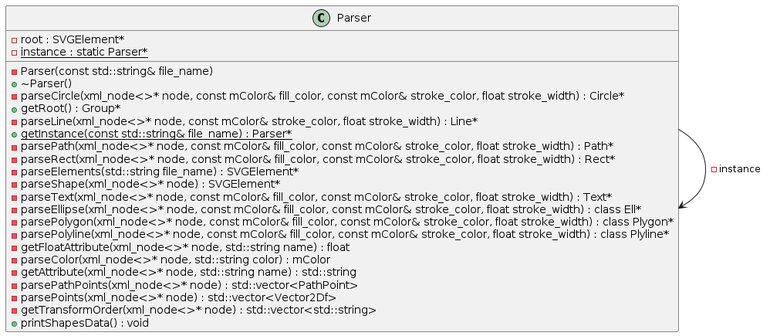
Before: diagrams/Parser.png, a diagram exported from PlantUML (ntkwan/csc10003-svg-reader).
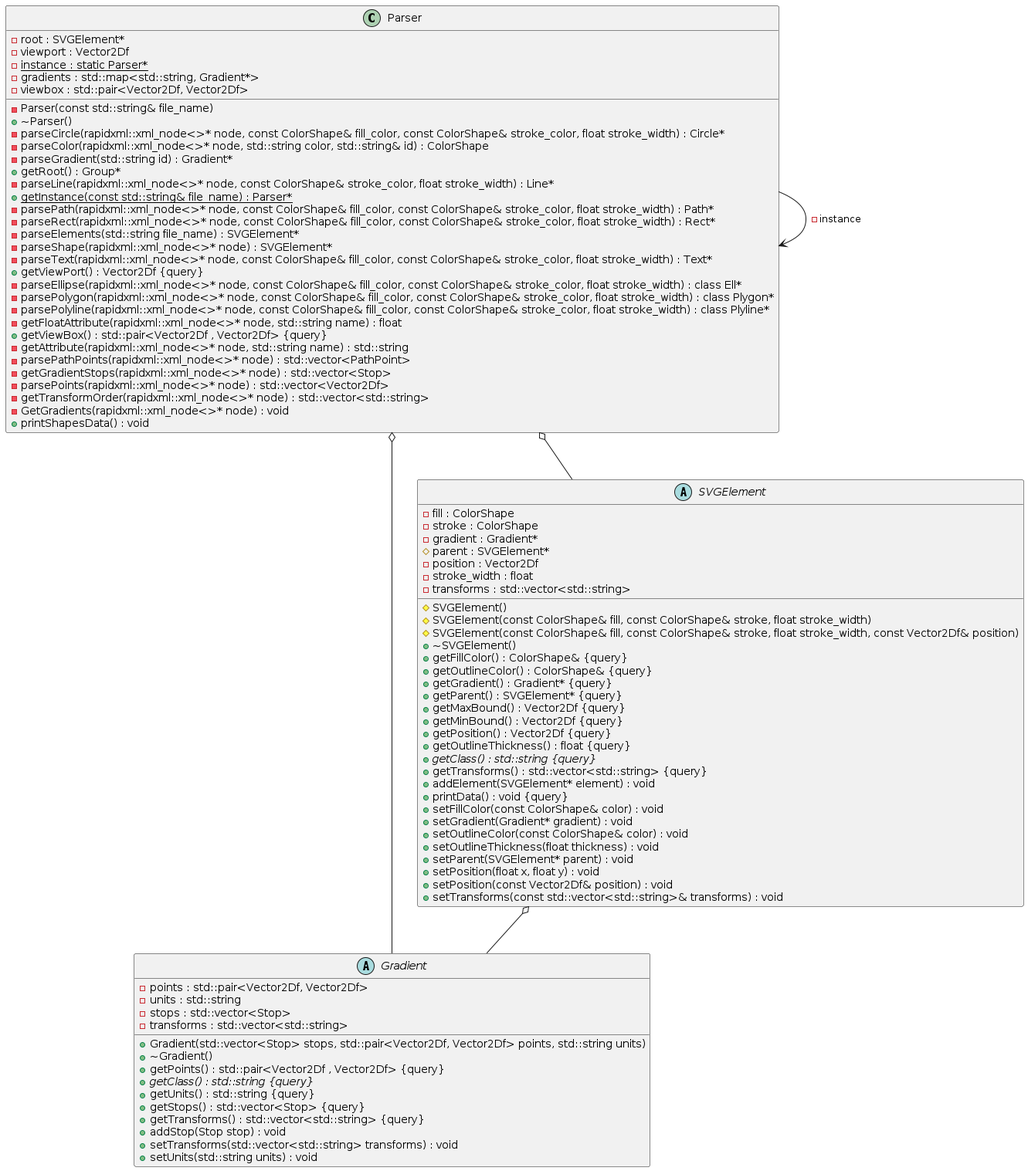
After the commit.

Change to the diagram source:
```diff
@@ -5,30 +5,91 @@
 
 
 
+abstract class Gradient {
+	+Gradient(std::vector<Stop> stops, std::pair<Vector2Df, Vector2Df> points, std::string units)
+	+~Gradient()
+	+getPoints() : std::pair<Vector2Df , Vector2Df> {query}
+	-points : std::pair<Vector2Df, Vector2Df>
+	+{abstract} getClass() : std::string {query}
+	+getUnits() : std::string {query}
+	-units : std::string
+	+getStops() : std::vector<Stop> {query}
+	-stops : std::vector<Stop>
+	+getTransforms() : std::vector<std::string> {query}
+	-transforms : std::vector<std::string>
+	+addStop(Stop stop) : void
+	+setTransforms(std::vector<std::string> transforms) : void
+	+setUnits(std::string units) : void
+}
+
+
 class Parser {
 	-Parser(const std::string& file_name)
 	+~Parser()
-	-parseCircle(xml_node<>* node, const mColor& fill_color, const mColor& stroke_color, float stroke_width) : Circle*
+	-parseCircle(rapidxml::xml_node<>* node, const ColorShape& fill_color, const ColorShape& stroke_color, float stroke_width) : Circle*
+	-parseColor(rapidxml::xml_node<>* node, std::string color, std::string& id) : ColorShape
+	-parseGradient(std::string id) : Gradient*
 	+getRoot() : Group*
-	-parseLine(xml_node<>* node, const mColor& stroke_color, float stroke_width) : Line*
+	-parseLine(rapidxml::xml_node<>* node, const ColorShape& stroke_color, float stroke_width) : Line*
 	+{static} getInstance(const std::string& file_name) : Parser*
-	-parsePath(xml_node<>* node, const mColor& fill_color, const mColor& stroke_color, float stroke_width) : Path*
-	-parseRect(xml_node<>* node, const mColor& fill_color, const mColor& stroke_color, float stroke_width) : Rect*
+	-parsePath(rapidxml::xml_node<>* node, const ColorShape& fill_color, const ColorShape& stroke_color, float stroke_width) : Path*
+	-parseRect(rapidxml::xml_node<>* node, const ColorShape& fill_color, const ColorShape& stroke_color, float stroke_width) : Rect*
 	-parseElements(std::string file_name) : SVGElement*
-	-parseShape(xml_node<>* node) : SVGElement*
+	-parseShape(rapidxml::xml_node<>* node) : SVGElement*
 	-root : SVGElement*
-	-parseText(xml_node<>* node, const mColor& fill_color, const mColor& stroke_color, float stroke_width) : Text*
-	-parseEllipse(xml_node<>* node, const mColor& fill_color, const mColor& stroke_color, float stroke_width) : class Ell*
-	-parsePolygon(xml_node<>* node, const mColor& fill_color, const mColor& stroke_color, float stroke_width) : class Plygon*
-	-parsePolyline(xml_node<>* node, const mColor& fill_color, const mColor& stroke_color, float stroke_width) : class Plyline*
-	-getFloatAttribute(xml_node<>* node, std::string name) : float
-	-parseColor(xml_node<>* node, std::string color) : mColor
+	-parseText(rapidxml::xml_node<>* node, const ColorShape& fill_color, const ColorShape& stroke_color, float stroke_width) : Text*
+	+getViewPort() : Vector2Df {query}
+	-viewport : Vector2Df
+	-parseEllipse(rapidxml::xml_node<>* node, const ColorShape& fill_color, const ColorShape& stroke_color, float stroke_width) : class Ell*
+	-parsePolygon(rapidxml::xml_node<>* node, const ColorShape& fill_color, const ColorShape& stroke_color, float stroke_width) : class Plygon*
+	-parsePolyline(rapidxml::xml_node<>* node, const ColorShape& fill_color, const ColorShape& stroke_color, float stroke_width) : class Plyline*
+	-getFloatAttribute(rapidxml::xml_node<>* node, std::string name) : float
 	-{static} instance : static Parser*
-	-getAttribute(xml_node<>* node, std::string name) : std::string
-	-parsePathPoints(xml_node<>* node) : std::vector<PathPoint>
-	-parsePoints(xml_node<>* node) : std::vector<Vector2Df>
-	-getTransformOrder(xml_node<>* node) : std::vector<std::string>
+	-gradients : std::map<std::string, Gradient*>
+	+getViewBox() : std::pair<Vector2Df , Vector2Df> {query}
+	-viewbox : std::pair<Vector2Df, Vector2Df>
+	-getAttribute(rapidxml::xml_node<>* node, std::string name) : std::string
+	-parsePathPoints(rapidxml::xml_node<>* node) : std::vector<PathPoint>
+	-getGradientStops(rapidxml::xml_node<>* node) : std::vector<Stop>
+	-parsePoints(rapidxml::xml_node<>* node) : std::vector<Vector2Df>
+	-getTransformOrder(rapidxml::xml_node<>* node) : std::vector<std::string>
+	-GetGradients(rapidxml::xml_node<>* node) : void
 	+printShapesData() : void
+}
+
+
+abstract class SVGElement {
+	#SVGElement()
+	#SVGElement(const ColorShape& fill, const ColorShape& stroke, float stroke_width)
+	#SVGElement(const ColorShape& fill, const ColorShape& stroke, float stroke_width, const Vector2Df& position)
+	+~SVGElement()
+	-fill : ColorShape
+	-stroke : ColorShape
+	+getFillColor() : ColorShape& {query}
+	+getOutlineColor() : ColorShape& {query}
+	+getGradient() : Gradient* {query}
+	-gradient : Gradient*
+	+getParent() : SVGElement* {query}
+	#parent : SVGElement*
+	+getMaxBound() : Vector2Df {query}
+	+getMinBound() : Vector2Df {query}
+	+getPosition() : Vector2Df {query}
+	-position : Vector2Df
+	+getOutlineThickness() : float {query}
+	-stroke_width : float
+	+{abstract} getClass() : std::string {query}
+	+getTransforms() : std::vector<std::string> {query}
+	-transforms : std::vector<std::string>
+	+addElement(SVGElement* element) : void
+	+printData() : void {query}
+	+setFillColor(const ColorShape& color) : void
+	+setGradient(Gradient* gradient) : void
+	+setOutlineColor(const ColorShape& color) : void
+	+setOutlineThickness(float thickness) : void
+	+setParent(SVGElement* parent) : void
+	+setPosition(float x, float y) : void
+	+setPosition(const Vector2Df& position) : void
+	+setTransforms(const std::vector<std::string>& transforms) : void
 }
 
 
@@ -40,12 +101,16 @@
 
 
 
+.Parser o-- .Gradient
+
+
 .Parser --> .Parser : -instance
 
 
+.Parser o-- .SVGElement
 
 
-
+.SVGElement o-- .Gradient
 
 
 
```
